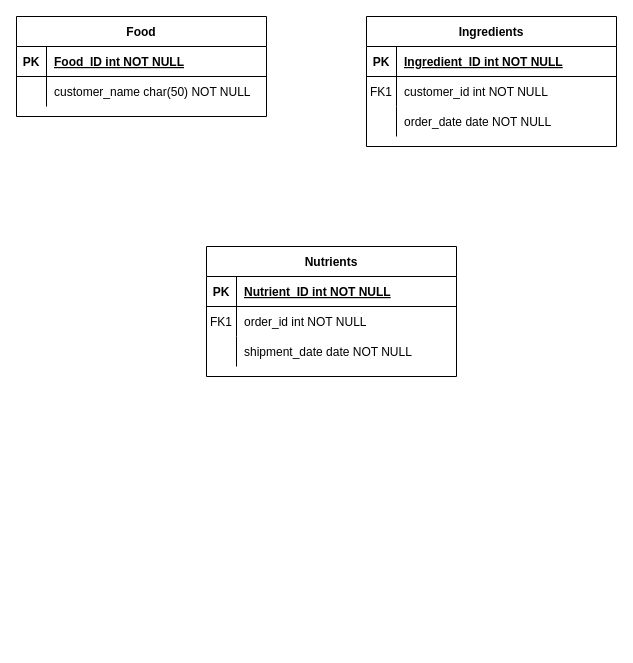
Above: docs/Database Food.drawio in dod0lp/Food-Database (draw.io), before the change. Source tidied: cells renumbered, new cells numbered last; positions are measured from the earlier drawing's top-left corner, leaving out a move shared by most shapes. Both pictures are drawn from the tidied source at 100%, with x=0, y=0 at pixel (16, 16).
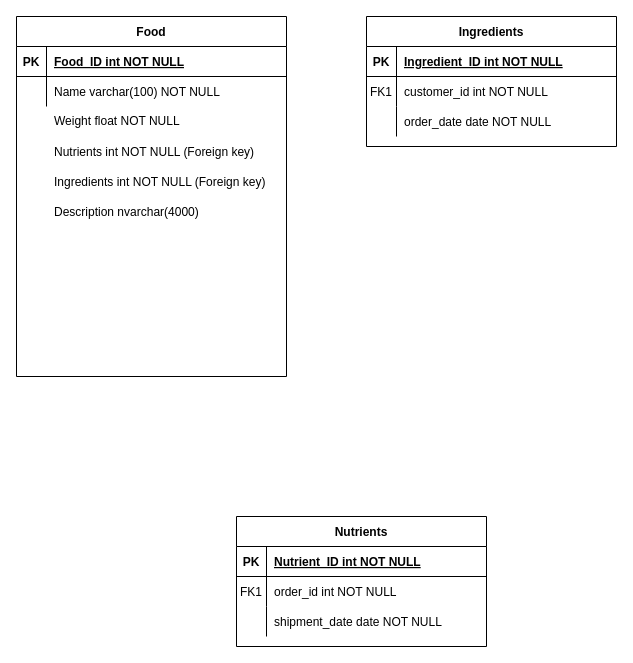
After the change.

Commit message:
Made Food table

The edit, as a diff of the source:
```diff
@@
     <mxCell id="12" value="Nutrients" style="shape=table;startSize=30;childLayout=tableLayout;rowLines=0;fontStyle=1;align=center;" parent="1" vertex="1">
-      <mxGeometry x="190" y="230" width="250" height="130" as="geometry" />
+      <mxGeometry x="220" y="500" width="250" height="130" as="geometry" />
     </mxCell>
@@
     <mxCell id="22" value="Food" style="shape=table;startSize=30;childLayout=tableLayout;rowLines=0;fontStyle=1;align=center;" parent="1" vertex="1">
-      <mxGeometry width="250" height="100" as="geometry" />
+      <mxGeometry width="270" height="360" as="geometry" />
     </mxCell>
     <mxCell id="23" style="shape=partialRectangle;fillColor=none;top=0;left=0;right=0;bottom=1;" parent="22" vertex="1">
-      <mxGeometry y="30" width="250" height="30" as="geometry" />
+      <mxGeometry y="30" width="270" height="30" as="geometry" />
     </mxCell>
@@
     <mxCell id="25" value="Food_ID int NOT NULL" style="shape=partialRectangle;overflow=hidden;fillColor=none;top=0;left=0;bottom=0;right=0;align=left;spacingLeft=6;fontStyle=5;" parent="23" vertex="1">
-      <mxGeometry x="30" width="220" height="30" as="geometry" />
+      <mxGeometry x="30" width="240" height="30" as="geometry" />
     </mxCell>
     <mxCell id="26" style="shape=partialRectangle;fillColor=none;top=0;left=0;right=0;bottom=0;" parent="22" vertex="1">
-      <mxGeometry y="60" width="250" height="30" as="geometry" />
+      <mxGeometry y="60" width="270" height="30" as="geometry" />
     </mxCell>
@@
-    <mxCell id="28" value="customer_name char(50) NOT NULL" style="shape=partialRectangle;overflow=hidden;fillColor=none;top=0;left=0;bottom=0;right=0;align=left;spacingLeft=6;" parent="26" vertex="1">
-      <mxGeometry x="30" width="220" height="30" as="geometry" />
+    <mxCell id="28" value="Name varchar(100) NOT NULL" style="shape=partialRectangle;overflow=hidden;fillColor=none;top=0;left=0;bottom=0;right=0;align=left;spacingLeft=6;" parent="26" vertex="1">
+      <mxGeometry x="30" width="240" height="30" as="geometry" />
     </mxCell>
+    <mxCell id="29" value="Weight float NOT NULL" style="shape=partialRectangle;overflow=hidden;fillColor=none;top=0;left=0;bottom=0;right=0;align=left;spacingLeft=6;" parent="1" vertex="1">
+      <mxGeometry x="30" y="88" width="220" height="32" as="geometry" />
+    </mxCell>
+    <mxCell id="30" value="Nutrients int NOT NULL (Foreign key)" style="shape=partialRectangle;overflow=hidden;fillColor=none;top=0;left=0;bottom=0;right=0;align=left;spacingLeft=6;" parent="1" vertex="1">
+      <mxGeometry x="30" y="120" width="220" height="30" as="geometry" />
+    </mxCell>
+    <mxCell id="31" value="Ingredients int NOT NULL (Foreign key)" style="shape=partialRectangle;overflow=hidden;fillColor=none;top=0;left=0;bottom=0;right=0;align=left;spacingLeft=6;" parent="1" vertex="1">
+      <mxGeometry x="30" y="150" width="230" height="30" as="geometry" />
+    </mxCell>
+    <mxCell id="32" value="Description nvarchar(4000)" style="shape=partialRectangle;overflow=hidden;fillColor=none;top=0;left=0;bottom=0;right=0;align=left;spacingLeft=6;" parent="1" vertex="1">
+      <mxGeometry x="30" y="180" width="240" height="30" as="geometry" />
+    </mxCell>
```
